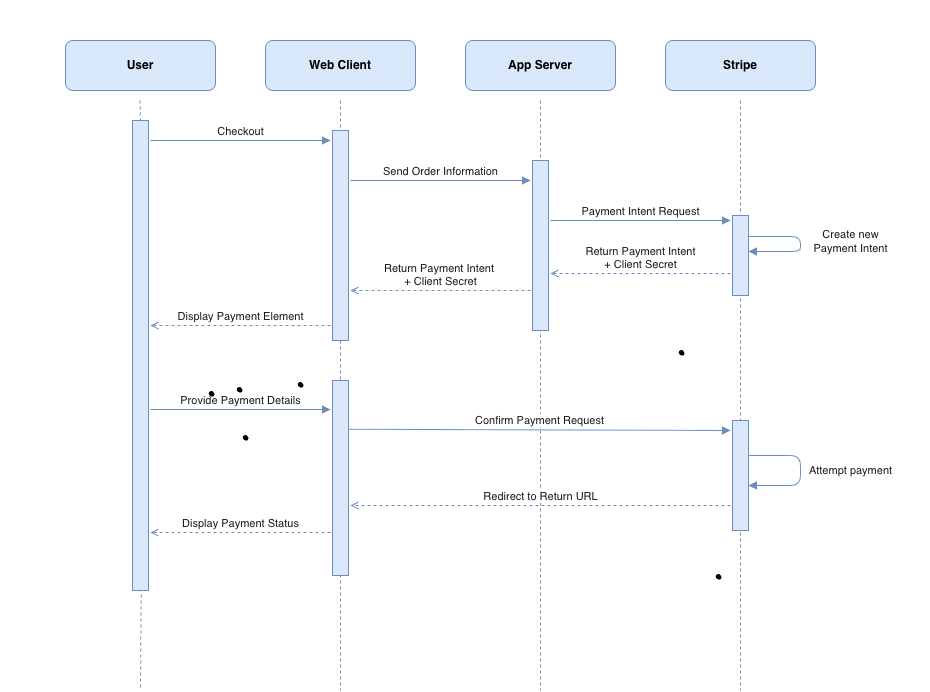
Above: readme.images/payment_sequence.png in SonicV2/public-takehome (draw.io), before the change. Source tidied: cells renumbered, new cells last; positions are measured from the earlier drawing's top-left corner, leaving out a move shared by most shapes. The source it was exported from:
```xml
<mxGraphModel>
  <root>
    <mxCell id="0" />
    <mxCell id="1" parent="0" />
    <mxCell id="2" value="User" style="rounded=1;whiteSpace=wrap;html=1;fillColor=#dae8fc;strokeColor=#6c8ebf;fontSize=12;fontStyle=1;" parent="1" vertex="1">
      <mxGeometry x="65" y="40" width="150" height="50" as="geometry" />
    </mxCell>
    <mxCell id="3" style="endArrow=none;dashed=1;html=1;strokeColor=#6c8ebf;strokeWidth=1;exitX=0.75;exitY=0;exitDx=0;exitDy=0;" parent="1" edge="1" source="10">
      <mxGeometry relative="1" as="geometry">
        <mxPoint x="140" y="690" as="targetPoint" />
      </mxGeometry>
    </mxCell>
    <mxCell id="4" value="Web Client" style="rounded=1;whiteSpace=wrap;html=1;fillColor=#dae8fc;strokeColor=#6c8ebf;fontSize=12;fontStyle=1;" parent="1" vertex="1">
      <mxGeometry x="265" y="40" width="150" height="50" as="geometry" />
    </mxCell>
    <mxCell id="5" style="endArrow=none;dashed=1;html=1;strokeColor=#6c8ebf;strokeWidth=1;" parent="1" edge="1" source="32">
      <mxGeometry relative="1" as="geometry">
        <mxPoint x="340" y="690" as="targetPoint" />
      </mxGeometry>
    </mxCell>
    <mxCell id="6" value="App Server" style="rounded=1;whiteSpace=wrap;html=1;fillColor=#dae8fc;strokeColor=#6c8ebf;fontSize=12;fontStyle=1;" parent="1" vertex="1">
      <mxGeometry x="465" y="40" width="150" height="50" as="geometry" />
    </mxCell>
    <mxCell id="7" style="endArrow=none;dashed=1;html=1;strokeColor=#6c8ebf;strokeWidth=1;" parent="1" edge="1">
      <mxGeometry relative="1" as="geometry">
        <mxPoint x="540" y="100" as="sourcePoint" />
        <mxPoint x="540" y="690" as="targetPoint" />
      </mxGeometry>
    </mxCell>
    <mxCell id="8" value="Stripe" style="rounded=1;whiteSpace=wrap;html=1;fillColor=#dae8fc;strokeColor=#6c8ebf;fontSize=12;fontStyle=1;" parent="1" vertex="1">
      <mxGeometry x="665" y="40" width="150" height="50" as="geometry" />
    </mxCell>
    <mxCell id="9" style="endArrow=none;dashed=1;html=1;strokeColor=#6c8ebf;strokeWidth=1;" parent="1" edge="1">
      <mxGeometry relative="1" as="geometry">
        <mxPoint x="740" y="100" as="sourcePoint" />
        <mxPoint x="740" y="690" as="targetPoint" />
      </mxGeometry>
    </mxCell>
    <mxCell id="10" style="rounded=0;whiteSpace=wrap;html=1;fillColor=#dae8fc;strokeColor=#6c8ebf;" parent="1" vertex="1">
      <mxGeometry x="132" y="120" width="16" height="470" as="geometry" />
    </mxCell>
    <mxCell id="11" style="rounded=0;whiteSpace=wrap;html=1;fillColor=#dae8fc;strokeColor=#6c8ebf;" parent="1" vertex="1">
      <mxGeometry x="332" y="380" width="16" height="195" as="geometry" />
    </mxCell>
    <mxCell id="12" style="rounded=0;whiteSpace=wrap;html=1;fillColor=#dae8fc;strokeColor=#6c8ebf;" parent="1" vertex="1">
      <mxGeometry x="532" y="160" width="16" height="170" as="geometry" />
    </mxCell>
    <mxCell id="13" style="rounded=0;whiteSpace=wrap;html=1;fillColor=#dae8fc;strokeColor=#6c8ebf;" parent="1" vertex="1">
      <mxGeometry x="732" y="215" width="16" height="80" as="geometry" />
    </mxCell>
    <mxCell id="14" style="rounded=0;whiteSpace=wrap;html=1;fillColor=#dae8fc;strokeColor=#6c8ebf;" parent="1" vertex="1">
      <mxGeometry x="732" y="420" width="16" height="110" as="geometry" />
    </mxCell>
    <mxCell id="15" value="Checkout" style="endArrow=block;endFill=1;html=1;strokeColor=#6c8ebf;fontColor=#1a1a1a;fontSize=11;align=center;verticalAlign=bottom;labelBackgroundColor=#ffffff;" parent="1" edge="1">
      <mxGeometry relative="1" as="geometry">
        <mxPoint x="150" y="140" as="sourcePoint" />
        <mxPoint x="330" y="140" as="targetPoint" />
      </mxGeometry>
    </mxCell>
    <mxCell id="16" value="Send Order Information" style="endArrow=block;endFill=1;html=1;strokeColor=#6c8ebf;fontColor=#1a1a1a;fontSize=11;align=center;verticalAlign=bottom;labelBackgroundColor=#ffffff;" parent="1" edge="1">
      <mxGeometry relative="1" as="geometry">
        <mxPoint x="350" y="180" as="sourcePoint" />
        <mxPoint x="530" y="180" as="targetPoint" />
      </mxGeometry>
    </mxCell>
    <mxCell id="17" value="Payment Intent Request" style="endArrow=block;endFill=1;html=1;strokeColor=#6c8ebf;fontColor=#1a1a1a;fontSize=11;align=center;verticalAlign=bottom;labelBackgroundColor=#ffffff;" parent="1" edge="1">
      <mxGeometry relative="1" as="geometry">
        <mxPoint x="550" y="220" as="sourcePoint" />
        <mxPoint x="730" y="220" as="targetPoint" />
      </mxGeometry>
    </mxCell>
    <mxCell id="18" value="Return Payment Intent&lt;br&gt;+ Client Secret" style="endArrow=open;endFill=0;dashed=1;html=1;strokeColor=#6c8ebf;fontColor=#1a1a1a;fontSize=11;align=center;verticalAlign=bottom;labelBackgroundColor=#ffffff;" parent="1" edge="1">
      <mxGeometry relative="1" as="geometry">
        <mxPoint x="730" y="273" as="sourcePoint" />
        <mxPoint x="550" y="273" as="targetPoint" />
      </mxGeometry>
    </mxCell>
    <mxCell id="19" value="Return Payment Intent&amp;nbsp;&lt;br&gt;+ Client Secret" style="endArrow=open;endFill=0;dashed=1;html=1;strokeColor=#6c8ebf;fontColor=#1a1a1a;fontSize=11;align=center;verticalAlign=bottom;labelBackgroundColor=#ffffff;" parent="1" edge="1">
      <mxGeometry relative="1" as="geometry">
        <mxPoint x="530" y="290" as="sourcePoint" />
        <mxPoint x="350" y="290" as="targetPoint" />
      </mxGeometry>
    </mxCell>
    <mxCell id="20" value="Display Payment Element" style="endArrow=open;endFill=0;dashed=1;html=1;strokeColor=#6c8ebf;fontColor=#1a1a1a;fontSize=11;align=center;verticalAlign=bottom;labelBackgroundColor=#ffffff;" parent="1" edge="1">
      <mxGeometry relative="1" as="geometry">
        <mxPoint x="330" y="325" as="sourcePoint" />
        <mxPoint x="150" y="325" as="targetPoint" />
      </mxGeometry>
    </mxCell>
    <mxCell id="21" value="Provide Payment Details" style="endArrow=block;endFill=1;html=1;strokeColor=#6c8ebf;fontColor=#1a1a1a;fontSize=11;align=center;verticalAlign=bottom;labelBackgroundColor=#ffffff;" parent="1" edge="1">
      <mxGeometry relative="1" as="geometry">
        <mxPoint x="150" y="409" as="sourcePoint" />
        <mxPoint x="330" y="409" as="targetPoint" />
      </mxGeometry>
    </mxCell>
    <mxCell id="22" value="Confirm Payment Request" style="endArrow=block;endFill=1;html=1;strokeColor=#6c8ebf;fontColor=#1a1a1a;fontSize=11;align=center;verticalAlign=bottom;labelBackgroundColor=#ffffff;exitX=1;exitY=0.25;exitDx=0;exitDy=0;" parent="1" edge="1" source="11">
      <mxGeometry relative="1" as="geometry">
        <mxPoint x="730" y="430" as="targetPoint" />
      </mxGeometry>
    </mxCell>
    <mxCell id="23" value="Redirect to Return URL" style="endArrow=open;endFill=0;dashed=1;html=1;strokeColor=#6c8ebf;fontColor=#1a1a1a;fontSize=11;align=center;verticalAlign=bottom;labelBackgroundColor=#ffffff;" parent="1" edge="1">
      <mxGeometry relative="1" as="geometry">
        <mxPoint x="730" y="505" as="sourcePoint" />
        <mxPoint x="350" y="505" as="targetPoint" />
      </mxGeometry>
    </mxCell>
    <mxCell id="24" value="Display Payment Status" style="endArrow=open;endFill=0;dashed=1;html=1;strokeColor=#6c8ebf;fontColor=#1a1a1a;fontSize=11;align=center;verticalAlign=bottom;labelBackgroundColor=#ffffff;" parent="1" edge="1">
      <mxGeometry relative="1" as="geometry">
        <mxPoint x="330" y="532" as="sourcePoint" />
        <mxPoint x="150" y="532" as="targetPoint" />
      </mxGeometry>
    </mxCell>
    <mxCell id="25" value="Create new &lt;br&gt;Payment Intent" style="endArrow=block;endFill=1;html=1;strokeColor=#6c8ebf;fontColor=#1a1a1a;fontSize=11;rounded=1;exitX=1;exitY=0;entryX=1;entryY=1;" parent="1" edge="1">
      <mxGeometry x="-0.04" y="50" relative="1" as="geometry">
        <mxPoint x="748" y="236" as="sourcePoint" />
        <mxPoint x="748" y="251" as="targetPoint" />
        <Array as="points">
          <mxPoint x="800" y="236" />
          <mxPoint x="800" y="251" />
        </Array>
      </mxGeometry>
    </mxCell>
    <mxCell id="26" value="Attempt payment" style="endArrow=block;endFill=1;html=1;strokeColor=#6c8ebf;fontColor=#1a1a1a;fontSize=11;rounded=1;exitX=1;exitY=0;entryX=1;entryY=1;" parent="1" edge="1">
      <mxGeometry y="50" relative="1" as="geometry">
        <mxPoint x="748" y="455" as="sourcePoint" />
        <mxPoint x="748" y="485" as="targetPoint" />
        <Array as="points">
          <mxPoint x="800" y="455" />
          <mxPoint x="800" y="485" />
        </Array>
      </mxGeometry>
    </mxCell>
    <mxCell id="27" style="edgeStyle=orthogonalEdgeStyle;rounded=0;orthogonalLoop=1;jettySize=auto;html=1;exitX=0.5;exitY=1;exitDx=0;exitDy=0;exitPerimeter=0;" parent="1" edge="1">
      <mxGeometry relative="1" as="geometry">
        <mxPoint x="544.5" y="470" as="sourcePoint" />
        <mxPoint x="544.5" y="470" as="targetPoint" />
      </mxGeometry>
    </mxCell>
    <mxCell id="28" value="&amp;nbsp; &amp;nbsp; &amp;nbsp;" style="text;html=1;whiteSpace=wrap;strokeColor=none;fillColor=none;align=center;verticalAlign=middle;rounded=0;" parent="1" vertex="1">
      <mxGeometry x="405" width="60" height="30" as="geometry" />
    </mxCell>
    <mxCell id="29" value="&amp;nbsp; &amp;nbsp; &amp;nbsp;" style="text;html=1;whiteSpace=wrap;strokeColor=none;fillColor=none;align=center;verticalAlign=middle;rounded=0;" parent="1" vertex="1">
      <mxGeometry y="370" width="40" height="30" as="geometry" />
    </mxCell>
    <mxCell id="30" value="&amp;nbsp; &amp;nbsp; &amp;nbsp;" style="text;html=1;whiteSpace=wrap;strokeColor=none;fillColor=none;align=center;verticalAlign=middle;rounded=0;" parent="1" vertex="1">
      <mxGeometry x="900" y="325" width="30" height="30" as="geometry" />
    </mxCell>
    <mxCell id="31" style="endArrow=none;dashed=1;html=1;strokeColor=#6c8ebf;strokeWidth=1;" parent="1" edge="1" target="32">
      <mxGeometry relative="1" as="geometry">
        <mxPoint x="340" y="100" as="sourcePoint" />
      </mxGeometry>
    </mxCell>
    <mxCell id="32" style="rounded=0;whiteSpace=wrap;html=1;fillColor=#dae8fc;strokeColor=#6c8ebf;" parent="1" vertex="1">
      <mxGeometry x="332" y="130" width="16" height="210" as="geometry" />
    </mxCell>
    <mxCell id="33" style="shape=(stored shape, 640 characters);lineShape=1;strokeColor=default;" parent="1" vertex="1">
      <mxGeometry x="678.9" y="349.9" width="4.7" height="4.7" as="geometry" />
    </mxCell>
    <mxCell id="34" style="shape=(stored shape, 640 characters);lineShape=1;strokeColor=default;" parent="1" vertex="1">
      <mxGeometry x="208.9" y="390.9" width="4.7" height="4.7" as="geometry" />
    </mxCell>
    <mxCell id="35" style="shape=(stored shape, 640 characters);lineShape=1;strokeColor=default;" parent="1" vertex="1">
      <mxGeometry x="236.9" y="386.9" width="4.7" height="4.7" as="geometry" />
    </mxCell>
    <mxCell id="36" style="shape=(stored shape, 640 characters);lineShape=1;strokeColor=default;" parent="1" vertex="1">
      <mxGeometry x="242.9" y="434.9" width="4.7" height="4.7" as="geometry" />
    </mxCell>
    <mxCell id="37" style="shape=(stored shape, 640 characters);lineShape=1;strokeColor=default;" parent="1" vertex="1">
      <mxGeometry x="297.9" y="381.9" width="4.7" height="4.7" as="geometry" />
    </mxCell>
    <mxCell id="38" style="shape=(stored shape, 640 characters);lineShape=1;strokeColor=default;" parent="1" vertex="1">
      <mxGeometry x="715.9" y="573.9" width="4.7" height="4.7" as="geometry" />
    </mxCell>
    <mxCell id="39" style="endArrow=none;dashed=1;html=1;strokeColor=#6c8ebf;strokeWidth=1;" parent="1" edge="1">
      <mxGeometry relative="1" as="geometry">
        <mxPoint x="139.5" y="100" as="sourcePoint" />
        <mxPoint x="140" y="120" as="targetPoint" />
      </mxGeometry>
    </mxCell>
  </root>
</mxGraphModel>
```
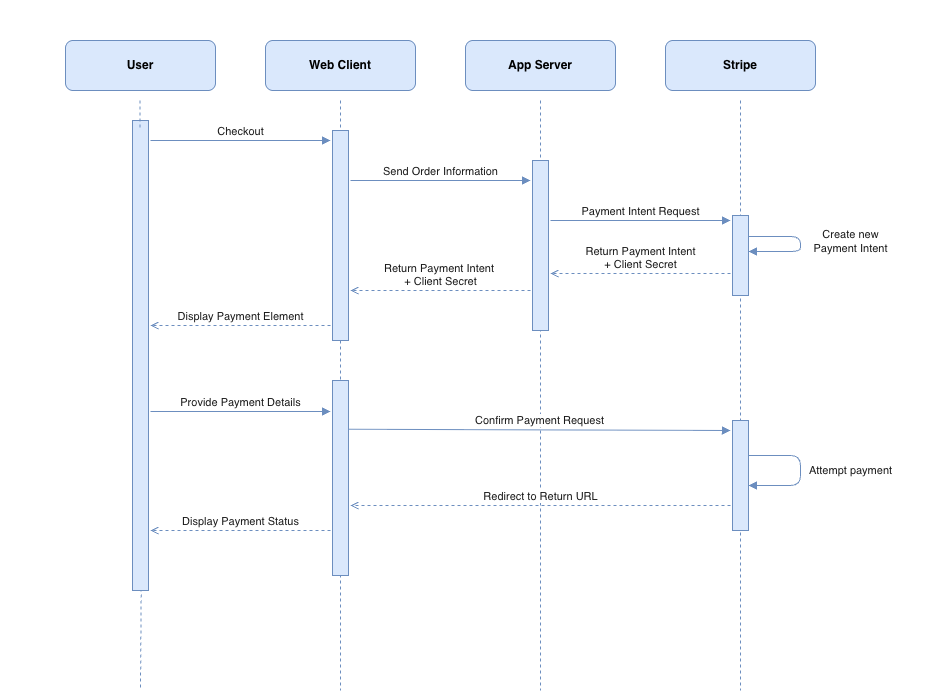
Later version of the same file.

What changed in the source:
```diff
@@ -89,8 +89,8 @@
     </mxCell>
     <mxCell id="21" value="Provide Payment Details" style="endArrow=block;endFill=1;html=1;strokeColor=#6c8ebf;fontColor=#1a1a1a;fontSize=11;align=center;verticalAlign=bottom;labelBackgroundColor=#ffffff;" parent="1" edge="1">
       <mxGeometry relative="1" as="geometry">
-        <mxPoint x="150" y="409" as="sourcePoint" />
-        <mxPoint x="330" y="409" as="targetPoint" />
+        <mxPoint x="150" y="411" as="sourcePoint" />
+        <mxPoint x="330" y="411" as="targetPoint" />
       </mxGeometry>
     </mxCell>
     <mxCell id="22" value="Confirm Payment Request" style="endArrow=block;endFill=1;html=1;strokeColor=#6c8ebf;fontColor=#1a1a1a;fontSize=11;align=center;verticalAlign=bottom;labelBackgroundColor=#ffffff;exitX=1;exitY=0.25;exitDx=0;exitDy=0;" parent="1" edge="1" source="11">
@@ -106,8 +106,8 @@
     </mxCell>
     <mxCell id="24" value="Display Payment Status" style="endArrow=open;endFill=0;dashed=1;html=1;strokeColor=#6c8ebf;fontColor=#1a1a1a;fontSize=11;align=center;verticalAlign=bottom;labelBackgroundColor=#ffffff;" parent="1" edge="1">
       <mxGeometry relative="1" as="geometry">
-        <mxPoint x="330" y="532" as="sourcePoint" />
-        <mxPoint x="150" y="532" as="targetPoint" />
+        <mxPoint x="330" y="530" as="sourcePoint" />
+        <mxPoint x="150" y="530" as="targetPoint" />
       </mxGeometry>
     </mxCell>
     <mxCell id="25" value="Create new &lt;br&gt;Payment Intent" style="endArrow=block;endFill=1;html=1;strokeColor=#6c8ebf;fontColor=#1a1a1a;fontSize=11;rounded=1;exitX=1;exitY=0;entryX=1;entryY=1;" parent="1" edge="1">
@@ -153,28 +153,10 @@
     <mxCell id="32" style="rounded=0;whiteSpace=wrap;html=1;fillColor=#dae8fc;strokeColor=#6c8ebf;" parent="1" vertex="1">
       <mxGeometry x="332" y="130" width="16" height="210" as="geometry" />
     </mxCell>
-    <mxCell id="33" style="shape=(stored shape, 640 characters);lineShape=1;strokeColor=default;" parent="1" vertex="1">
-      <mxGeometry x="678.9" y="349.9" width="4.7" height="4.7" as="geometry" />
-    </mxCell>
-    <mxCell id="34" style="shape=(stored shape, 640 characters);lineShape=1;strokeColor=default;" parent="1" vertex="1">
-      <mxGeometry x="208.9" y="390.9" width="4.7" height="4.7" as="geometry" />
-    </mxCell>
-    <mxCell id="35" style="shape=(stored shape, 640 characters);lineShape=1;strokeColor=default;" parent="1" vertex="1">
-      <mxGeometry x="236.9" y="386.9" width="4.7" height="4.7" as="geometry" />
-    </mxCell>
-    <mxCell id="36" style="shape=(stored shape, 640 characters);lineShape=1;strokeColor=default;" parent="1" vertex="1">
-      <mxGeometry x="242.9" y="434.9" width="4.7" height="4.7" as="geometry" />
-    </mxCell>
-    <mxCell id="37" style="shape=(stored shape, 640 characters);lineShape=1;strokeColor=default;" parent="1" vertex="1">
-      <mxGeometry x="297.9" y="381.9" width="4.7" height="4.7" as="geometry" />
-    </mxCell>
-    <mxCell id="38" style="shape=(stored shape, 640 characters);lineShape=1;strokeColor=default;" parent="1" vertex="1">
-      <mxGeometry x="715.9" y="573.9" width="4.7" height="4.7" as="geometry" />
-    </mxCell>
     <mxCell id="39" style="endArrow=none;dashed=1;html=1;strokeColor=#6c8ebf;strokeWidth=1;" parent="1" edge="1">
       <mxGeometry relative="1" as="geometry">
         <mxPoint x="139.5" y="100" as="sourcePoint" />
-        <mxPoint x="140" y="120" as="targetPoint" />
+        <mxPoint x="139.5" y="130" as="targetPoint" />
       </mxGeometry>
     </mxCell>
   </root>
```
